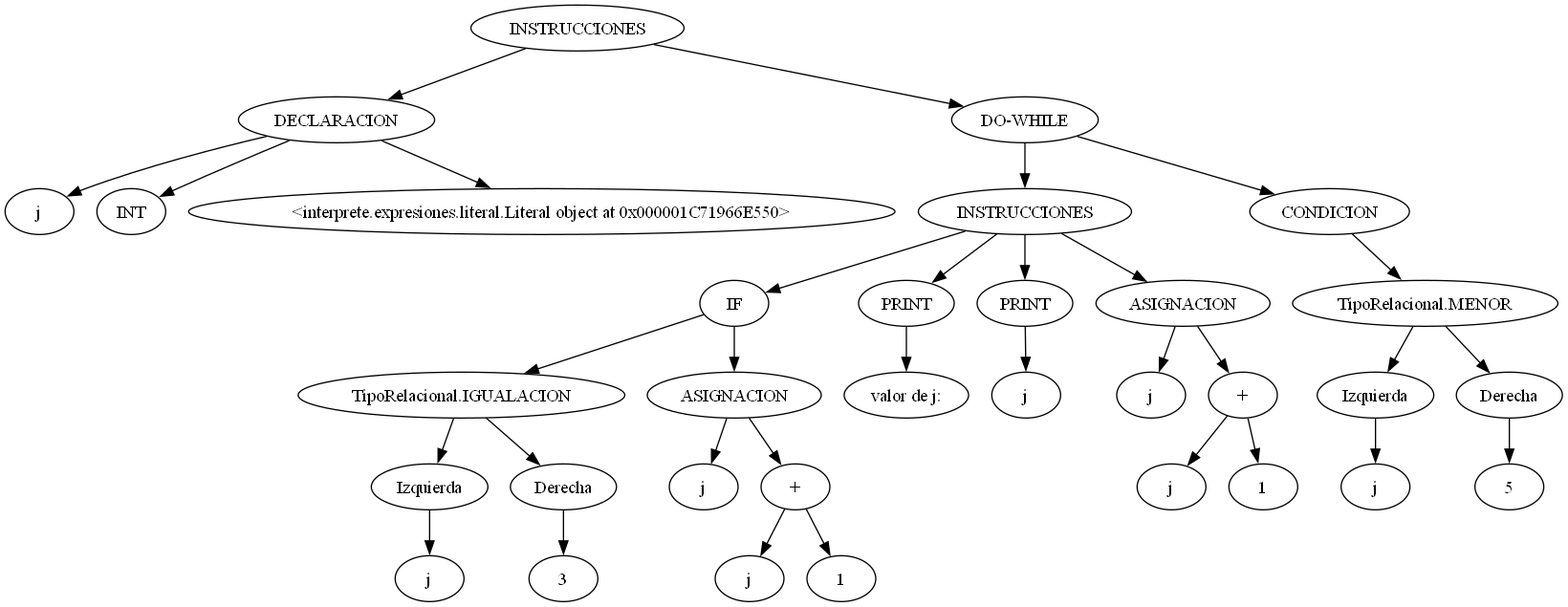
AlvaroCeballos/OLC1_VJ2025_G5 keeps this Graphviz diagram as backend/AST.png. Above is the earlier version. Its source is kept beside it as backend/AST.dot.
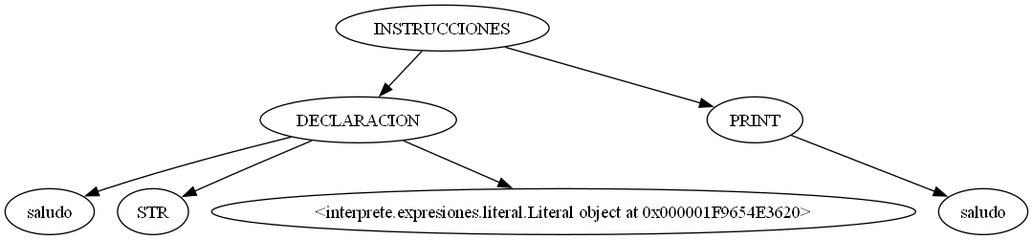
After the change.

Diff of the diagram source:
```diff
@@ -1,67 +1,15 @@
 digraph {
 	0 [label = "INSTRUCCIONES"];
 	1 [label = "DECLARACION"];
-	2 [label = "j"];
-	3 [label = "INT"];
-	4 [label = "<interprete.expresiones.literal.Literal object at 0x000001C71966E550>"];
-	5 [label = "DO-WHILE"];
-	6 [label = "INSTRUCCIONES"];
-	7 [label = "IF"];
-	8 [label = "TipoRelacional.IGUALACION"];
-	9 [label = "Izquierda"];
-	10 [label = "j"];
-	11 [label = "Derecha"];
-	12 [label = "3"];
-	13 [label = "ASIGNACION"];
-	14 [label = "j"];
-	15 [label = "+"];
-	16 [label = "j"];
-	17 [label = "1"];
-	18 [label = "PRINT"];
-	19 [label = "valor de j:"];
-	20 [label = "PRINT"];
-	21 [label = "j"];
-	22 [label = "ASIGNACION"];
-	23 [label = "j"];
-	24 [label = "+"];
-	25 [label = "j"];
-	26 [label = "1"];
-	27 [label = "CONDICION"];
-	28 [label = "TipoRelacional.MENOR"];
-	29 [label = "Izquierda"];
-	30 [label = "j"];
-	31 [label = "Derecha"];
-	32 [label = "5"];
+	2 [label = "saludo"];
+	3 [label = "STR"];
+	4 [label = "<interprete.expresiones.literal.Literal object at 0x000001F9654E3620>"];
+	5 [label = "PRINT"];
+	6 [label = "saludo"];
 	0 -> 1;
 	1 -> 2;
 	1 -> 3;
 	1 -> 4;
 	0 -> 5;
 	5 -> 6;
-	6 -> 7;
-	7 -> 8;
-	8 -> 9;
-	9 -> 10;
-	8 -> 11;
-	11 -> 12;
-	7 -> 13;
-	13 -> 14;
-	13 -> 15;
-	15 -> 16;
-	15 -> 17;
-	6 -> 18;
-	18 -> 19;
-	6 -> 20;
-	20 -> 21;
-	6 -> 22;
-	22 -> 23;
-	22 -> 24;
-	24 -> 25;
-	24 -> 26;
-	5 -> 27;
-	27 -> 28;
-	28 -> 29;
-	29 -> 30;
-	28 -> 31;
-	31 -> 32;
 }
```
